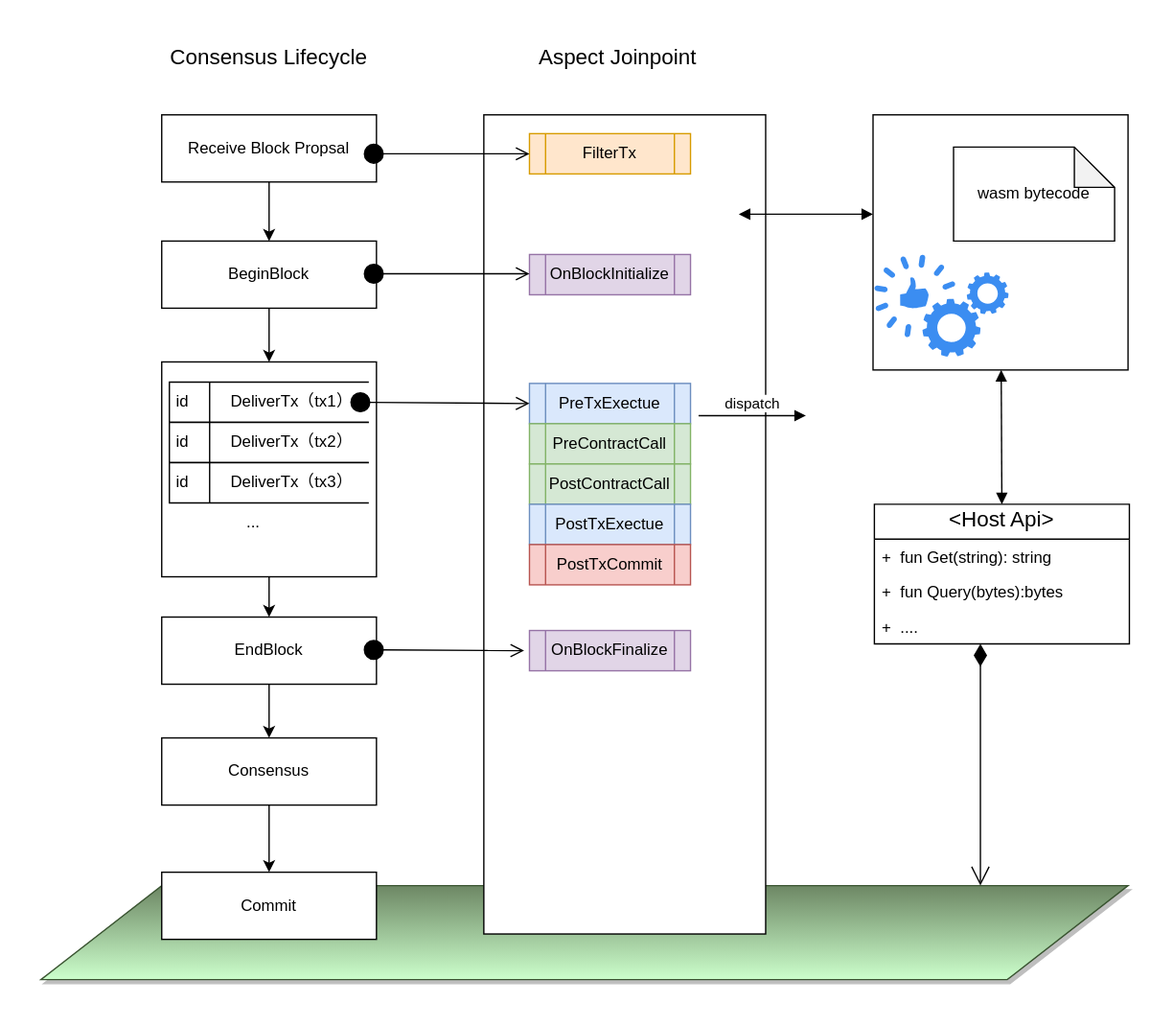
Earlier version of the draw.io export docs/develop/core-concepts/join-point/join-points.svg (artela-network/artela-docs). Source tidied: cells renumbered, new cells last; positions are measured from the earlier drawing's top-left corner, leaving out a move shared by most shapes. Source of this version:
```xml
<mxGraphModel>
  <root>
    <mxCell id="0" />
    <mxCell id="1" parent="0" />
    <mxCell id="2" style="shape=parallelogram;perimeter=parallelogramPerimeter;whiteSpace=wrap;html=1;fixedSize=1;fillColor=#6d8764;strokeColor=#3A5431;fontColor=#ffffff;shadow=1;size=90;gradientColor=#CCFFCC;" parent="1" vertex="1">
      <mxGeometry y="630" width="810" height="70" as="geometry" />
    </mxCell>
    <mxCell id="3" value="Commit" style="rounded=0;whiteSpace=wrap;html=1;" parent="1" vertex="1">
      <mxGeometry x="90" y="620" width="160" height="50" as="geometry" />
    </mxCell>
    <mxCell id="4" style="edgeStyle=orthogonalEdgeStyle;rounded=0;jettySize=auto;html=1;entryX=0.5;entryY=0;entryDx=0;entryDy=0;" parent="1" edge="1" source="5" target="3">
      <mxGeometry relative="1" as="geometry" />
    </mxCell>
    <mxCell id="5" value="Consensus" style="rounded=0;whiteSpace=wrap;html=1;" parent="1" vertex="1">
      <mxGeometry x="90" y="520" width="160" height="50" as="geometry" />
    </mxCell>
    <mxCell id="6" style="edgeStyle=orthogonalEdgeStyle;rounded=0;jettySize=auto;html=1;entryX=0.5;entryY=0;entryDx=0;entryDy=0;" parent="1" edge="1" source="7" target="5">
      <mxGeometry relative="1" as="geometry" />
    </mxCell>
    <mxCell id="7" value="EndBlock" style="rounded=0;whiteSpace=wrap;html=1;" parent="1" vertex="1">
      <mxGeometry x="90" y="430" width="160" height="50" as="geometry" />
    </mxCell>
    <mxCell id="8" style="group;" parent="1" vertex="1">
      <mxGeometry x="90" y="240" width="170" height="170" as="geometry" />
    </mxCell>
    <mxCell id="9" style="whiteSpace=wrap;html=1;" parent="8" vertex="1">
      <mxGeometry width="160" height="160" as="geometry" />
    </mxCell>
    <mxCell id="10" style="group;" parent="8" vertex="1">
      <mxGeometry x="5.7" y="15" width="148.6" height="30" as="geometry" />
    </mxCell>
    <mxCell id="11" value="id" style="html=1;dashed=0;whiteSpace=wrap;shape=mxgraph.dfd.dataStoreID;align=left;spacingLeft=3;" parent="10" vertex="1">
      <mxGeometry width="148.6" height="30" as="geometry" />
    </mxCell>
    <mxCell id="12" value="DeliverTx（tx1）" style="text;html=1;strokeColor=none;fillColor=none;align=center;verticalAlign=middle;whiteSpace=wrap;rounded=0;" parent="10" vertex="1">
      <mxGeometry x="34.3" width="114.3" height="30" as="geometry" />
    </mxCell>
    <mxCell id="13" style="group;" parent="8" vertex="1">
      <mxGeometry x="5.7" y="45" width="148.6" height="30" as="geometry" />
    </mxCell>
    <mxCell id="14" value="id" style="html=1;dashed=0;whiteSpace=wrap;shape=mxgraph.dfd.dataStoreID;align=left;spacingLeft=3;" parent="13" vertex="1">
      <mxGeometry width="148.6" height="30" as="geometry" />
    </mxCell>
    <mxCell id="15" value="DeliverTx（tx2）" style="text;html=1;strokeColor=none;fillColor=none;align=center;verticalAlign=middle;whiteSpace=wrap;rounded=0;" parent="13" vertex="1">
      <mxGeometry x="34.3" width="114.3" height="30" as="geometry" />
    </mxCell>
    <mxCell id="16" style="group;" parent="8" vertex="1">
      <mxGeometry x="5.7" y="75" width="148.6" height="30" as="geometry" />
    </mxCell>
    <mxCell id="17" value="id" style="html=1;dashed=0;whiteSpace=wrap;shape=mxgraph.dfd.dataStoreID;align=left;spacingLeft=3;" parent="16" vertex="1">
      <mxGeometry width="148.6" height="30" as="geometry" />
    </mxCell>
    <mxCell id="18" value="DeliverTx（tx3）" style="text;html=1;strokeColor=none;fillColor=none;align=center;verticalAlign=middle;whiteSpace=wrap;rounded=0;" parent="16" vertex="1">
      <mxGeometry x="34.3" width="114.3" height="30" as="geometry" />
    </mxCell>
    <mxCell id="19" value="..." style="text;html=1;strokeColor=none;fillColor=none;align=center;verticalAlign=middle;whiteSpace=wrap;rounded=0;" parent="8" vertex="1">
      <mxGeometry x="34.3" y="105" width="68.6" height="30" as="geometry" />
    </mxCell>
    <mxCell id="20" style="edgeStyle=orthogonalEdgeStyle;rounded=0;jettySize=auto;html=1;exitX=0.5;exitY=1;exitDx=0;exitDy=0;entryX=0.5;entryY=0;entryDx=0;entryDy=0;" parent="1" edge="1" source="21" target="9">
      <mxGeometry relative="1" as="geometry" />
    </mxCell>
    <mxCell id="21" value="BeginBlock" style="rounded=0;whiteSpace=wrap;html=1;" parent="1" vertex="1">
      <mxGeometry x="90" y="150" width="160" height="50" as="geometry" />
    </mxCell>
    <mxCell id="22" style="edgeStyle=orthogonalEdgeStyle;rounded=0;jettySize=auto;html=1;" parent="1" edge="1" source="23" target="21">
      <mxGeometry relative="1" as="geometry" />
    </mxCell>
    <mxCell id="23" value="Receive Block Propsal" style="rounded=0;whiteSpace=wrap;html=1;" parent="1" vertex="1">
      <mxGeometry x="90" y="56" width="160" height="50" as="geometry" />
    </mxCell>
    <mxCell id="24" style="edgeStyle=orthogonalEdgeStyle;rounded=0;jettySize=auto;html=1;" parent="1" edge="1" source="9" target="7">
      <mxGeometry relative="1" as="geometry" />
    </mxCell>
    <mxCell id="25" style="whiteSpace=wrap;html=1;" parent="1" vertex="1">
      <mxGeometry x="330" y="56" width="210" height="610" as="geometry" />
    </mxCell>
    <mxCell id="26" value="FilterTx" style="shape=process;whiteSpace=wrap;html=1;backgroundOutline=1;fillColor=#ffe6cc;strokeColor=#d79b00;" parent="1" vertex="1">
      <mxGeometry x="364" y="70" width="120" height="30" as="geometry" />
    </mxCell>
    <mxCell id="27" value="OnBlockInitialize" style="shape=process;whiteSpace=wrap;html=1;backgroundOutline=1;fillColor=#e1d5e7;strokeColor=#9673a6;" parent="1" vertex="1">
      <mxGeometry x="364" y="160" width="120" height="30" as="geometry" />
    </mxCell>
    <mxCell id="28" value="PreTxExectue" style="shape=process;whiteSpace=wrap;html=1;backgroundOutline=1;fillColor=#dae8fc;strokeColor=#6c8ebf;" parent="1" vertex="1">
      <mxGeometry x="364" y="256" width="120" height="30" as="geometry" />
    </mxCell>
    <mxCell id="29" value="PreContractCall" style="shape=process;whiteSpace=wrap;html=1;backgroundOutline=1;fillColor=#d5e8d4;strokeColor=#82b366;" parent="1" vertex="1">
      <mxGeometry x="364" y="286" width="120" height="30" as="geometry" />
    </mxCell>
    <mxCell id="30" value="PostContractCall" style="shape=process;whiteSpace=wrap;html=1;backgroundOutline=1;fillColor=#d5e8d4;strokeColor=#82b366;" parent="1" vertex="1">
      <mxGeometry x="364" y="316" width="120" height="30" as="geometry" />
    </mxCell>
    <mxCell id="31" value="PostTxExectue" style="shape=process;whiteSpace=wrap;html=1;backgroundOutline=1;fillColor=#dae8fc;strokeColor=#6c8ebf;" parent="1" vertex="1">
      <mxGeometry x="364" y="346" width="120" height="30" as="geometry" />
    </mxCell>
    <mxCell id="32" value="PostTxCommit" style="shape=process;whiteSpace=wrap;html=1;backgroundOutline=1;fillColor=#f8cecc;strokeColor=#b85450;" parent="1" vertex="1">
      <mxGeometry x="364" y="376" width="120" height="30" as="geometry" />
    </mxCell>
    <mxCell id="33" value="OnBlockFinalize" style="shape=process;whiteSpace=wrap;html=1;backgroundOutline=1;fillColor=#e1d5e7;strokeColor=#9673a6;" parent="1" vertex="1">
      <mxGeometry x="364" y="440" width="120" height="30" as="geometry" />
    </mxCell>
    <mxCell id="34" style="html=1;verticalAlign=bottom;startArrow=circle;startFill=1;endArrow=open;startSize=6;endSize=8;curved=0;rounded=0;entryX=0;entryY=0.5;entryDx=0;entryDy=0;" parent="1" edge="1" target="26">
      <mxGeometry relative="1" as="geometry">
        <mxPoint x="240" y="85" as="sourcePoint" />
      </mxGeometry>
    </mxCell>
    <mxCell id="35" style="html=1;verticalAlign=bottom;startArrow=circle;startFill=1;endArrow=open;startSize=6;endSize=8;curved=0;rounded=0;entryX=0;entryY=0.5;entryDx=0;entryDy=0;" parent="1" edge="1">
      <mxGeometry relative="1" as="geometry">
        <mxPoint x="240" y="174.4" as="sourcePoint" />
        <mxPoint x="364" y="174.4" as="targetPoint" />
      </mxGeometry>
    </mxCell>
    <mxCell id="36" style="html=1;verticalAlign=bottom;startArrow=circle;startFill=1;endArrow=open;startSize=6;endSize=8;curved=0;rounded=0;entryX=0;entryY=0.5;entryDx=0;entryDy=0;" parent="1" edge="1" target="28">
      <mxGeometry relative="1" as="geometry">
        <mxPoint x="230" y="270" as="sourcePoint" />
      </mxGeometry>
    </mxCell>
    <mxCell id="37" style="html=1;verticalAlign=bottom;startArrow=circle;startFill=1;endArrow=open;startSize=6;endSize=8;curved=0;rounded=0;" parent="1" edge="1">
      <mxGeometry relative="1" as="geometry">
        <mxPoint x="240" y="454.4" as="sourcePoint" />
        <mxPoint x="360" y="455" as="targetPoint" />
      </mxGeometry>
    </mxCell>
    <mxCell id="38" style="whiteSpace=wrap;html=1;" parent="1" vertex="1">
      <mxGeometry x="620" y="56" width="190" height="190" as="geometry" />
    </mxCell>
    <mxCell id="39" value="wasm bytecode" style="shape=note;whiteSpace=wrap;html=1;backgroundOutline=1;darkOpacity=0.05;" parent="1" vertex="1">
      <mxGeometry x="680" y="80" width="120" height="70" as="geometry" />
    </mxCell>
    <mxCell id="40" value="&lt;p style=&quot;font-size: medium; margin: 0px; line-height: 1px;&quot; align=&quot;center&quot;&gt;&amp;lt;Host Api&amp;gt;&lt;/p&gt;" style="swimlane;fontStyle=0;horizontal=1;startSize=26;fillColor=none;whiteSpace=wrap;html=1;" parent="1" vertex="1">
      <mxGeometry x="621" y="346" width="190" height="104" as="geometry" />
    </mxCell>
    <mxCell id="41" value="+&amp;nbsp; fun Get(string): string" style="text;strokeColor=none;fillColor=none;align=left;verticalAlign=top;spacingLeft=4;spacingRight=4;overflow=hidden;whiteSpace=wrap;html=1;" parent="40" vertex="1">
      <mxGeometry y="26" width="190" height="26" as="geometry" />
    </mxCell>
    <mxCell id="42" value="+&amp;nbsp; fun Query(bytes):bytes " style="text;strokeColor=none;fillColor=none;align=left;verticalAlign=top;spacingLeft=4;spacingRight=4;overflow=hidden;whiteSpace=wrap;html=1;" parent="40" vertex="1">
      <mxGeometry y="52" width="190" height="26" as="geometry" />
    </mxCell>
    <mxCell id="43" value="+&amp;nbsp; ....&amp;nbsp;" style="text;strokeColor=none;fillColor=none;align=left;verticalAlign=top;spacingLeft=4;spacingRight=4;overflow=hidden;whiteSpace=wrap;html=1;" parent="40" vertex="1">
      <mxGeometry y="78" width="190" height="26" as="geometry" />
    </mxCell>
    <mxCell id="44" style="endArrow=block;startArrow=block;endFill=1;startFill=1;html=1;rounded=0;" parent="1" edge="1">
      <mxGeometry relative="1" as="geometry">
        <mxPoint x="520" y="130" as="sourcePoint" />
        <mxPoint x="620" y="130" as="targetPoint" />
      </mxGeometry>
    </mxCell>
    <mxCell id="45" style="endArrow=block;startArrow=block;endFill=1;startFill=1;html=1;rounded=0;exitX=0.5;exitY=0;exitDx=0;exitDy=0;" parent="1" edge="1" source="40" target="38">
      <mxGeometry relative="1" as="geometry" />
    </mxCell>
    <mxCell id="46" value="dispatch" style="html=1;verticalAlign=bottom;endArrow=block;curved=0;rounded=0;" parent="1" edge="1">
      <mxGeometry relative="1" as="geometry">
        <mxPoint x="490" y="280" as="sourcePoint" />
        <mxPoint x="570" y="280" as="targetPoint" />
      </mxGeometry>
    </mxCell>
    <mxCell id="47" style="endArrow=open;html=1;endSize=12;startArrow=diamondThin;startSize=14;startFill=1;edgeStyle=orthogonalEdgeStyle;align=left;verticalAlign=bottom;rounded=0;" parent="1" edge="1">
      <mxGeometry x="-1" y="3" relative="1" as="geometry">
        <mxPoint x="700" y="450" as="sourcePoint" />
        <mxPoint x="700" y="630" as="targetPoint" />
        <Array as="points">
          <mxPoint x="700" y="580" />
          <mxPoint x="700" y="580" />
        </Array>
      </mxGeometry>
    </mxCell>
    <mxCell id="48" value="&lt;p style=&quot;font-size: medium; margin: 0px; line-height: 1px;&quot; align=&quot;center&quot;&gt;Aspect  Joinpoint&lt;/p&gt;" style="text;html=1;strokeColor=none;fillColor=none;align=center;verticalAlign=middle;whiteSpace=wrap;rounded=0;" parent="1" vertex="1">
      <mxGeometry x="320" width="220" height="30" as="geometry" />
    </mxCell>
    <mxCell id="49" value="&lt;p style=&quot;font-size: medium; margin: 0px; line-height: 1px;&quot; align=&quot;center&quot;&gt;Consensus Lifecycle&lt;/p&gt;" style="text;html=1;strokeColor=none;fillColor=none;align=center;verticalAlign=middle;whiteSpace=wrap;rounded=0;" parent="1" vertex="1">
      <mxGeometry x="60" width="220" height="30" as="geometry" />
    </mxCell>
    <mxCell id="50" style="sketch=0;html=1;strokeColor=none;shadow=0;fillColor=#3B8DF1;verticalAlign=top;labelPosition=center;verticalLabelPosition=bottom;shape=mxgraph.gcp2.capabilities;" parent="1" vertex="1">
      <mxGeometry x="621" y="160" width="100" height="76" as="geometry" />
    </mxCell>
  </root>
</mxGraphModel>
```
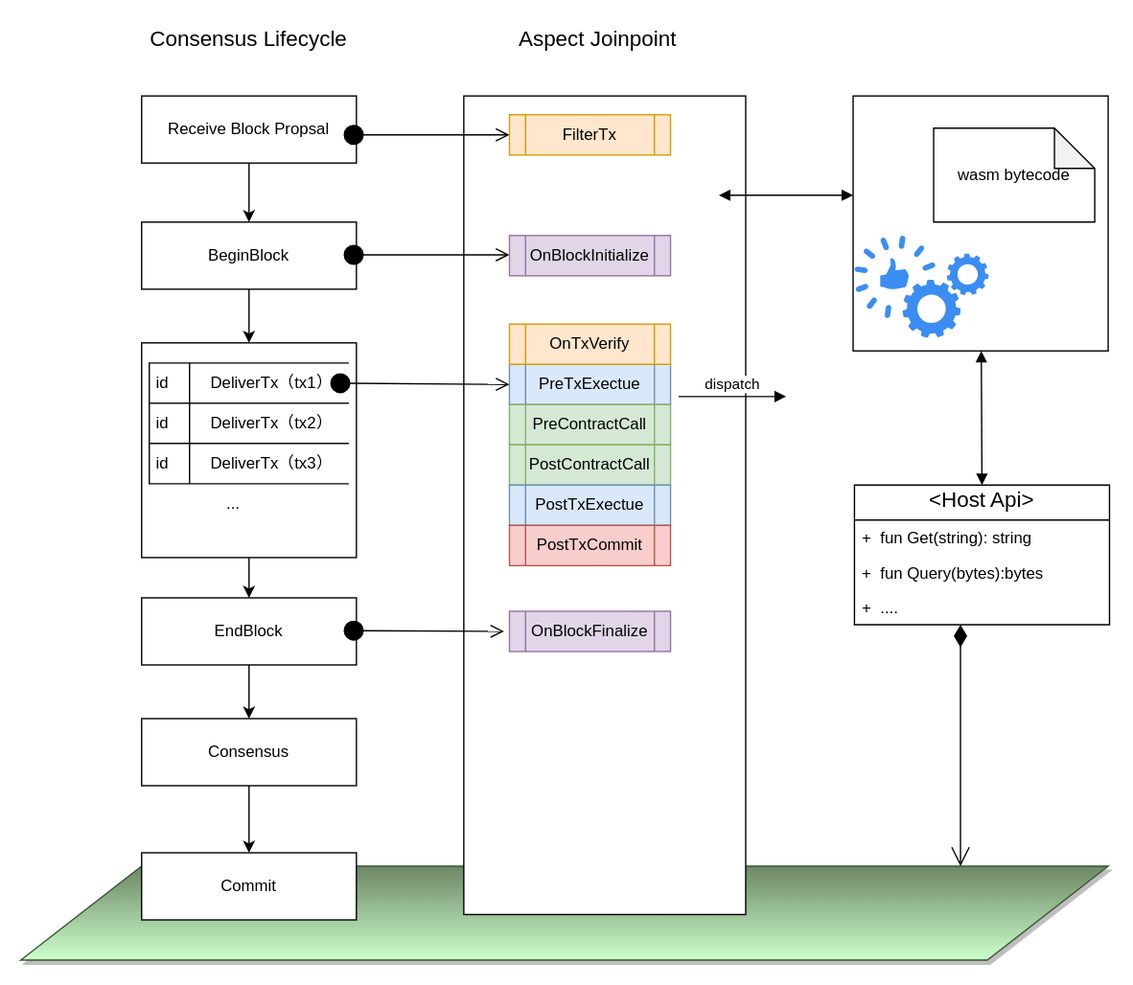
Above is the later version.

What changed in the source:
```diff
@@ -172,5 +172,8 @@
     <mxCell id="50" style="sketch=0;html=1;strokeColor=none;shadow=0;fillColor=#3B8DF1;verticalAlign=top;labelPosition=center;verticalLabelPosition=bottom;shape=mxgraph.gcp2.capabilities;" parent="1" vertex="1">
       <mxGeometry x="621" y="160" width="100" height="76" as="geometry" />
     </mxCell>
+    <mxCell id="51" value="OnTxVerify" style="shape=process;whiteSpace=wrap;html=1;backgroundOutline=1;fillColor=#ffe6cc;strokeColor=#d79b00;" parent="1" vertex="1">
+      <mxGeometry x="364" y="226" width="120" height="30" as="geometry" />
+    </mxCell>
   </root>
 </mxGraphModel>
```
